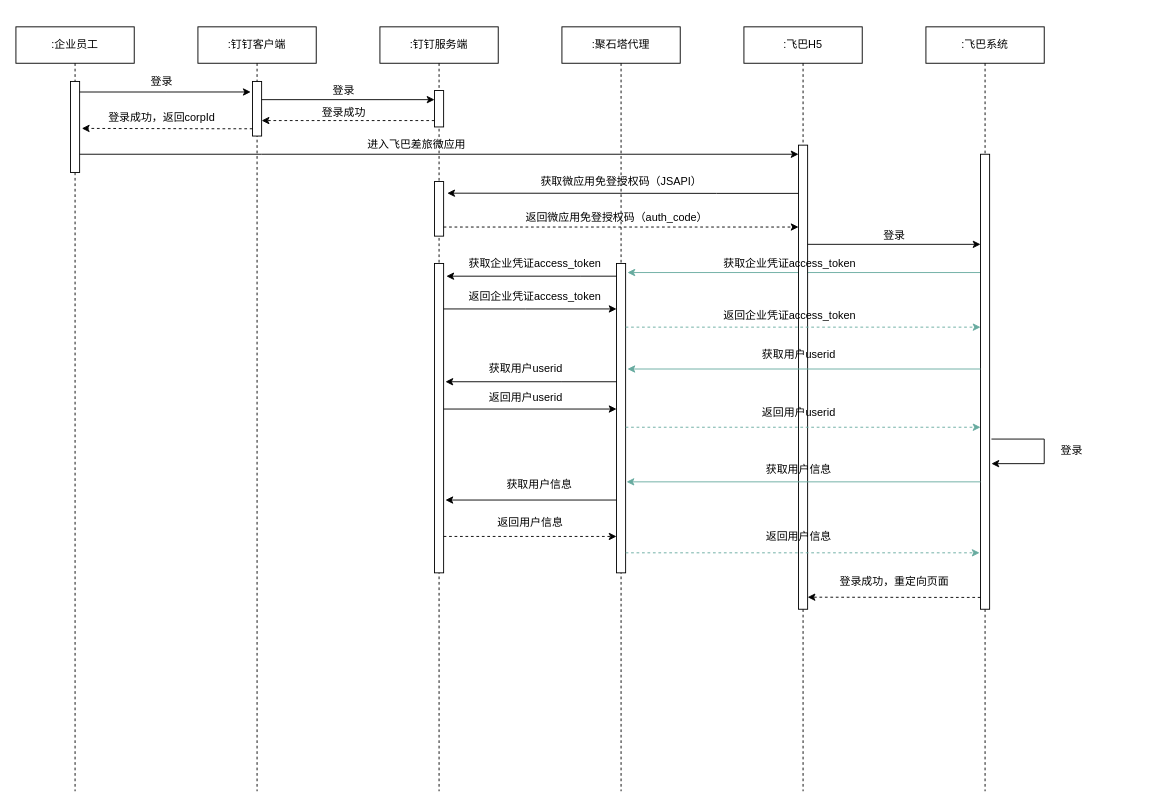
Before: page "000" (2 of 2) of src/work/flyby/dingtalk/dingtalk.drawio in ab-doc/draw.io, a draw.io diagram. Source tidied: cells renumbered, new cells numbered last; positions are measured from the earlier drawing's top-left corner, leaving out a move shared by most shapes. Both pictures are drawn from the tidied source at 91%, with x=0, y=0 at pixel (15, 26).
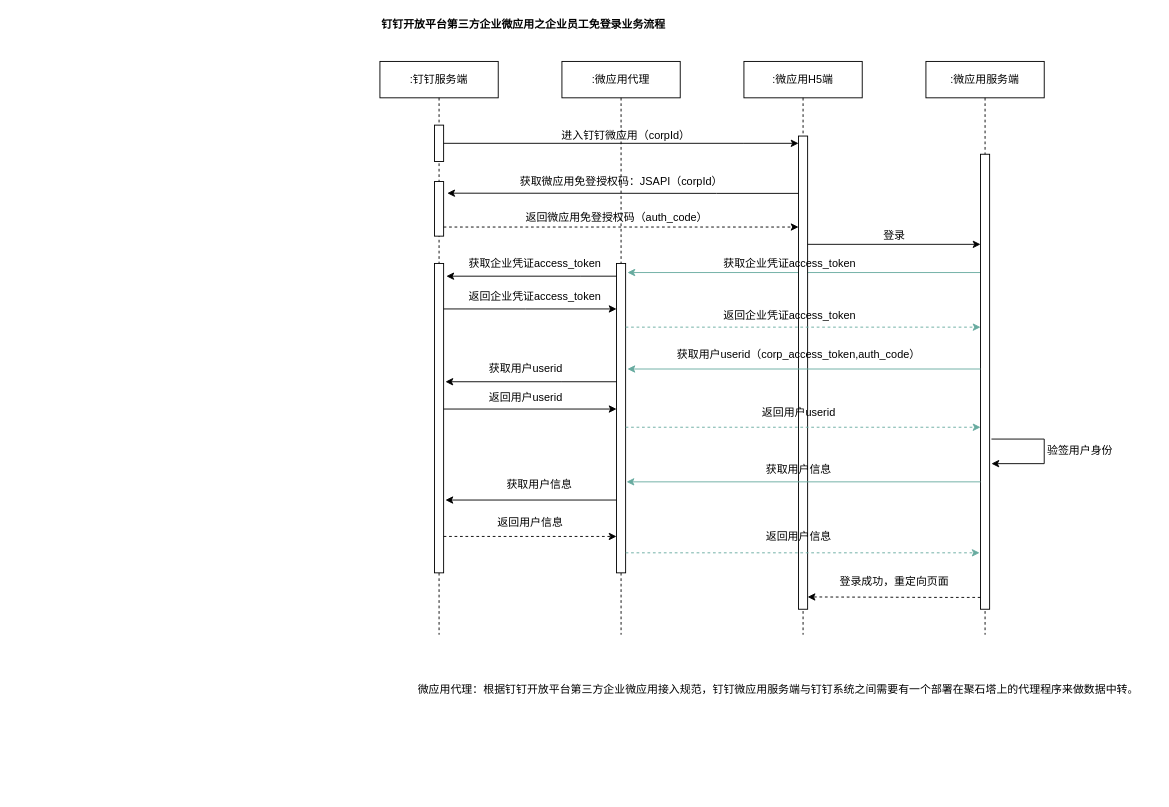
Above is the later version.

The change refers to these unchanged cells:
```xml
<mxCell id="6" style="html=1;points=[];perimeter=orthogonalPerimeter;" parent="5" vertex="1">
  <mxGeometry x="60" y="70" width="10" height="40" as="geometry" />
</mxCell>
```

The edit, as a diff of the source:
```diff
@@
-    <mxCell id="3" value=":钉钉客户端" style="shape=umlLifeline;perimeter=lifelinePerimeter;whiteSpace=wrap;html=1;" parent="1" vertex="1">
-      <mxGeometry x="200" width="130" height="840" as="geometry" />
-    </mxCell>
-    <mxCell id="4" style="html=1;points=[];perimeter=orthogonalPerimeter;" parent="3" vertex="1">
-      <mxGeometry x="60" y="60" width="10" height="60" as="geometry" />
-    </mxCell>
     <mxCell id="5" value=":钉钉服务端" style="shape=umlLifeline;perimeter=lifelinePerimeter;whiteSpace=wrap;html=1;" parent="1" vertex="1">
-      <mxGeometry x="400" width="130" height="840" as="geometry" />
+      <mxGeometry x="400" y="38" width="130" height="630" as="geometry" />
     </mxCell>
@@
     <mxCell id="7" style="html=1;points=[];perimeter=orthogonalPerimeter;" parent="5" vertex="1">
-      <mxGeometry x="60" y="170" width="10" height="60" as="geometry" />
+      <mxGeometry x="60" y="132" width="10" height="60" as="geometry" />
     </mxCell>
     <mxCell id="8" style="html=1;points=[];perimeter=orthogonalPerimeter;" parent="5" vertex="1">
-      <mxGeometry x="60" y="260" width="10" height="340" as="geometry" />
+      <mxGeometry x="60" y="222" width="10" height="340" as="geometry" />
     </mxCell>
-    <mxCell id="9" value=":聚石塔代理" style="shape=umlLifeline;perimeter=lifelinePerimeter;whiteSpace=wrap;html=1;" parent="1" vertex="1">
-      <mxGeometry x="600" width="130" height="840" as="geometry" />
+    <mxCell id="9" value=":微应用代理" style="shape=umlLifeline;perimeter=lifelinePerimeter;whiteSpace=wrap;html=1;" parent="1" vertex="1">
+      <mxGeometry x="600" y="38" width="130" height="630" as="geometry" />
     </mxCell>
     <mxCell id="10" style="html=1;points=[];perimeter=orthogonalPerimeter;" parent="9" vertex="1">
-      <mxGeometry x="60" y="260" width="10" height="340" as="geometry" />
+      <mxGeometry x="60" y="222" width="10" height="340" as="geometry" />
     </mxCell>
-    <mxCell id="11" value=":飞巴H5" style="shape=umlLifeline;perimeter=lifelinePerimeter;whiteSpace=wrap;html=1;" parent="1" vertex="1">
-      <mxGeometry x="800" width="130" height="840" as="geometry" />
+    <mxCell id="11" value=":微应用H5端" style="shape=umlLifeline;perimeter=lifelinePerimeter;whiteSpace=wrap;html=1;" parent="1" vertex="1">
+      <mxGeometry x="800" y="38" width="130" height="630" as="geometry" />
     </mxCell>
     <mxCell id="12" style="html=1;points=[];perimeter=orthogonalPerimeter;" parent="11" vertex="1">
-      <mxGeometry x="60" y="130" width="10" height="510" as="geometry" />
+      <mxGeometry x="60" y="82" width="10" height="520" as="geometry" />
     </mxCell>
     <mxCell id="13" value="获取用户信息" style="text;html=1;align=center;verticalAlign=middle;" parent="11" vertex="1">
-      <mxGeometry x="15" y="477" width="90" height="20" as="geometry" />
+      <mxGeometry x="15" y="439" width="90" height="20" as="geometry" />
     </mxCell>
-    <mxCell id="14" value=":飞巴系统" style="shape=umlLifeline;perimeter=lifelinePerimeter;whiteSpace=wrap;html=1;" parent="1" vertex="1">
-      <mxGeometry x="1000" width="130" height="840" as="geometry" />
+    <mxCell id="14" value=":微应用服务端" style="shape=umlLifeline;perimeter=lifelinePerimeter;whiteSpace=wrap;html=1;" parent="1" vertex="1">
+      <mxGeometry x="1000" y="38" width="130" height="630" as="geometry" />
     </mxCell>
     <mxCell id="15" style="edgeStyle=orthogonalEdgeStyle;rounded=0;orthogonalLoop=1;jettySize=auto;html=1;strokeColor=#000000;" parent="14" edge="1">
       <mxGeometry relative="1" as="geometry">
-        <mxPoint x="72" y="453" as="sourcePoint" />
-        <mxPoint x="72" y="480" as="targetPoint" />
+        <mxPoint x="72" y="415" as="sourcePoint" />
+        <mxPoint x="72" y="442" as="targetPoint" />
         <Array as="points">
-          <mxPoint x="130" y="453" />
-          <mxPoint x="130" y="480" />
+          <mxPoint x="130" y="415" />
+          <mxPoint x="130" y="442" />
         </Array>
       </mxGeometry>
     </mxCell>
     <mxCell id="16" style="html=1;points=[];perimeter=orthogonalPerimeter;" parent="14" vertex="1">
-      <mxGeometry x="60" y="140" width="10" height="500" as="geometry" />
+      <mxGeometry x="60" y="102" width="10" height="500" as="geometry" />
     </mxCell>
-    <mxCell id="17" value=":企业员工" style="shape=umlLifeline;perimeter=lifelinePerimeter;whiteSpace=wrap;html=1;" parent="1" vertex="1">
-      <mxGeometry width="130" height="840" as="geometry" />
-    </mxCell>
-    <mxCell id="18" style="html=1;points=[];perimeter=orthogonalPerimeter;" parent="17" vertex="1">
-      <mxGeometry x="60" y="60" width="10" height="100" as="geometry" />
-    </mxCell>
-    <mxCell id="19" style="edgeStyle=orthogonalEdgeStyle;rounded=0;jettySize=auto;html=1;strokeColor=#000000;" parent="1" edge="1" source="4" target="6">
-      <mxGeometry relative="1" as="geometry">
-        <Array as="points">
-          <mxPoint x="410" y="80" />
-          <mxPoint x="410" y="80" />
-        </Array>
-      </mxGeometry>
-    </mxCell>
-    <mxCell id="20" style="edgeStyle=orthogonalEdgeStyle;rounded=0;jettySize=auto;html=1;dashed=1;strokeColor=#000000;" parent="1" edge="1" target="4">
-      <mxGeometry relative="1" as="geometry">
-        <mxPoint x="460" y="103" as="sourcePoint" />
-        <Array as="points">
-          <mxPoint x="320" y="103" />
-          <mxPoint x="320" y="103" />
-        </Array>
-      </mxGeometry>
-    </mxCell>
-    <mxCell id="21" value="登录" style="text;html=1;align=center;verticalAlign=middle;" parent="1" vertex="1">
-      <mxGeometry x="140" y="50" width="40" height="20" as="geometry" />
-    </mxCell>
-    <mxCell id="22" value="登录" style="text;html=1;align=center;verticalAlign=middle;" parent="1" vertex="1">
-      <mxGeometry x="340" y="60" width="40" height="20" as="geometry" />
-    </mxCell>
-    <mxCell id="23" value="登录成功" style="text;html=1;align=center;verticalAlign=middle;" parent="1" vertex="1">
-      <mxGeometry x="330" y="84" width="60" height="20" as="geometry" />
-    </mxCell>
-    <mxCell id="24" style="edgeStyle=orthogonalEdgeStyle;rounded=0;jettySize=auto;html=1;strokeColor=#000000;entryX=-0.2;entryY=0.193;entryDx=0;entryDy=0;entryPerimeter=0;" parent="1" edge="1" source="18" target="4">
-      <mxGeometry relative="1" as="geometry">
-        <Array as="points">
-          <mxPoint x="165" y="72" />
-        </Array>
-      </mxGeometry>
-    </mxCell>
-    <mxCell id="25" style="edgeStyle=orthogonalEdgeStyle;rounded=0;jettySize=auto;html=1;strokeColor=#000000;" parent="1" edge="1" source="18">
-      <mxGeometry relative="1" as="geometry">
-        <mxPoint x="860" y="140" as="targetPoint" />
-        <Array as="points">
-          <mxPoint x="270" y="140" />
-          <mxPoint x="270" y="140" />
-        </Array>
-      </mxGeometry>
-    </mxCell>
-    <mxCell id="26" value="进入飞巴差旅微应用" style="text;html=1;align=center;verticalAlign=middle;" parent="1" vertex="1">
-      <mxGeometry x="380" y="120" width="120" height="20" as="geometry" />
+    <mxCell id="26" value="进入钉钉微应用（corpId）" style="text;html=1;align=center;verticalAlign=middle;" parent="1" vertex="1">
+      <mxGeometry x="590" y="110" width="160" height="20" as="geometry" />
     </mxCell>
-    <mxCell id="27" value="获取微应用免登授权码（JSAPI）" style="text;html=1;align=center;verticalAlign=middle;" parent="1" vertex="1">
-      <mxGeometry x="570" y="160" width="190" height="20" as="geometry" />
+    <mxCell id="27" value="获取微应用免登授权码：JSAPI（corpId）" style="text;html=1;align=center;verticalAlign=middle;" parent="1" vertex="1">
+      <mxGeometry x="545" y="160" width="240" height="20" as="geometry" />
     </mxCell>
@@
-    <mxCell id="31" style="edgeStyle=orthogonalEdgeStyle;rounded=0;jettySize=auto;html=1;strokeColor=#000000;dashed=1;entryX=1.24;entryY=0.516;entryDx=0;entryDy=0;entryPerimeter=0;" parent="1" edge="1" target="18">
-      <mxGeometry relative="1" as="geometry">
-        <mxPoint x="260" y="112" as="sourcePoint" />
-        <Array as="points">
-          <mxPoint x="230" y="112" />
-        </Array>
-      </mxGeometry>
-    </mxCell>
-    <mxCell id="32" value="登录成功，返回corpId" style="text;html=1;align=center;verticalAlign=middle;" parent="1" vertex="1">
-      <mxGeometry x="95" y="90" width="130" height="20" as="geometry" />
-    </mxCell>
@@
-    <mxCell id="43" value="获取用户userid" style="text;html=1;align=center;verticalAlign=middle;" parent="1" vertex="1">
-      <mxGeometry x="810" y="350" width="100" height="20" as="geometry" />
+    <mxCell id="43" value="获取用户userid（corp_access_token,auth_code）" style="text;html=1;align=center;verticalAlign=middle;" parent="1" vertex="1">
+      <mxGeometry x="720" y="350" width="280" height="20" as="geometry" />
     </mxCell>
@@
-    <mxCell id="50" value="登录" style="text;html=1;align=center;verticalAlign=middle;" parent="1" vertex="1">
-      <mxGeometry x="1140" y="456" width="40" height="20" as="geometry" />
+    <mxCell id="50" value="验签用户身份" style="text;html=1;align=center;verticalAlign=middle;" parent="1" vertex="1">
+      <mxGeometry x="1124" y="456" width="90" height="20" as="geometry" />
     </mxCell>
@@
+    <mxCell id="60" value="&lt;b&gt;钉钉开放平台第三方企业微应用之企业员工免登录业务流程&lt;/b&gt;" style="text;html=1;align=left;verticalAlign=middle;" parent="1" vertex="1">
+      <mxGeometry x="400" y="-12" width="330" height="20" as="geometry" />
+    </mxCell>
+    <mxCell id="61" style="edgeStyle=orthogonalEdgeStyle;rounded=0;jettySize=auto;html=1;" parent="1" edge="1" source="6">
+      <mxGeometry relative="1" as="geometry">
+        <mxPoint x="860" y="128" as="targetPoint" />
+        <Array as="points">
+          <mxPoint x="800" y="128" />
+          <mxPoint x="800" y="128" />
+        </Array>
+      </mxGeometry>
+    </mxCell>
+    <mxCell id="62" value="微应用代理：根据钉钉开放平台第三方企业微应用接入规范，钉钉微应用服务端与钉钉系统之间需要有一个部署在聚石塔上的代理程序来做数据中转。" style="text;html=1;align=left;verticalAlign=middle;" parent="1" vertex="1">
+      <mxGeometry x="440" y="718" width="810" height="20" as="geometry" />
+    </mxCell>
```
